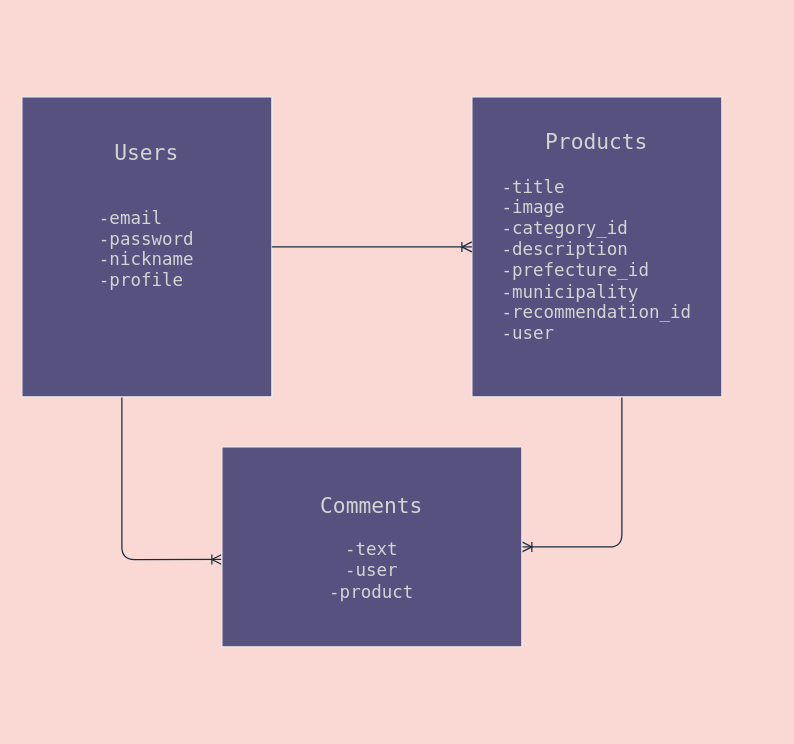
The draw.io diagram o_test.dio in mo0777lucky/original-app, before the edit. Source tidied: cells renumbered, new cells numbered last; positions are measured from the earlier drawing's top-left corner, leaving out a move shared by most shapes. Both pictures are drawn from the tidied source at 125%, with x=0, y=0 at pixel (21, 96).
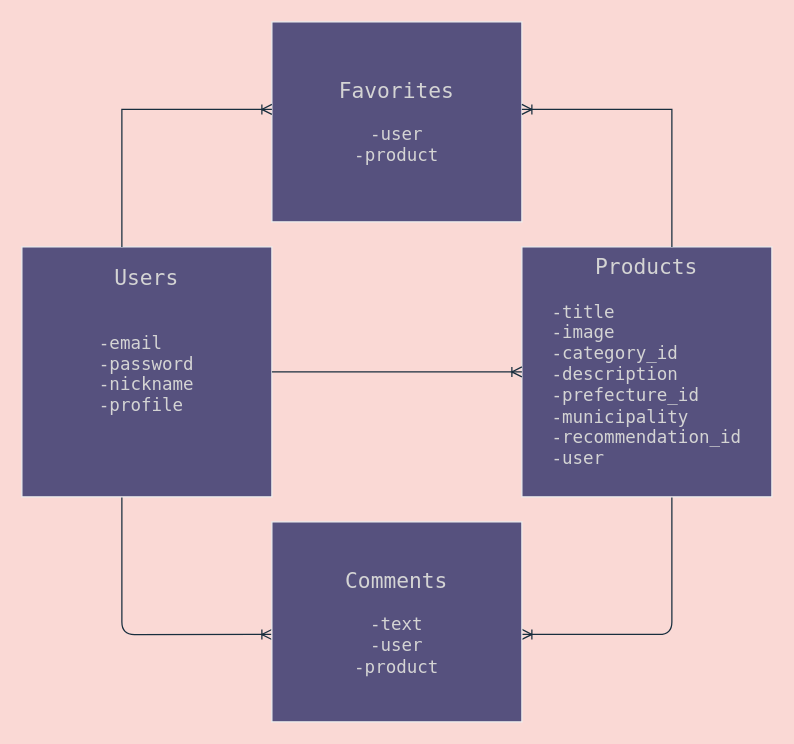
The same page after the edit.

Commit message (it also covers changes not shown here):
ER図追加　あとはページ遷移関係だけ

What changed in the source:
```diff
@@
-    <mxCell id="2" style="edgeStyle=orthogonalEdgeStyle;curved=0;rounded=1;sketch=0;jettySize=auto;html=1;strokeColor=#182E3E;endArrow=ERoneToMany;endFill=0;" parent="1" edge="1" source="3" target="11">
+    <mxCell id="2" style="edgeStyle=orthogonalEdgeStyle;curved=0;rounded=1;sketch=0;jettySize=auto;html=1;strokeColor=#182E3E;endArrow=ERoneToMany;endFill=0;labelBackgroundColor=#FAD9D5;" parent="1" edge="1" source="3" target="11">
       <mxGeometry relative="1" as="geometry">
         <Array as="points">
-          <mxPoint x="480" y="360" />
+          <mxPoint x="520" y="430" />
         </Array>
       </mxGeometry>
     </mxCell>
     <mxCell id="3" style="shape=table;html=1;whiteSpace=wrap;startSize=0;childLayout=tableLayout;fillColor=#56517E;strokeColor=#EEEEEE;fontColor=#FFFFFF;" parent="1" vertex="1">
-      <mxGeometry x="360" width="200" height="240" as="geometry" />
+      <mxGeometry x="400" y="120" width="200" height="200" as="geometry" />
     </mxCell>
     <mxCell id="4" style="shape=partialRectangle;html=1;whiteSpace=wrap;fillColor=none;top=0;left=0;bottom=0;right=0;points=[[0,0.5],[1,0.5]];portConstraint=eastwest;strokeColor=#EEEEEE;fontColor=#FFFFFF;" parent="3" vertex="1">
-      <mxGeometry width="200" height="240" as="geometry" />
+      <mxGeometry width="200" height="200" as="geometry" />
     </mxCell>
     <mxCell id="5" value="&lt;div style=&quot;color: rgb(212 , 212 , 212) ; font-family: &amp;#34;menlo&amp;#34; , &amp;#34;monaco&amp;#34; , &amp;#34;courier new&amp;#34; , monospace ; font-style: normal ; font-weight: 400 ; letter-spacing: normal ; text-align: center ; text-indent: 0px ; text-transform: none ; word-spacing: 0px&quot;&gt;&lt;font style=&quot;font-size: 17px&quot;&gt;Products&lt;/font&gt;&lt;/div&gt;&lt;div style=&quot;color: rgb(212 , 212 , 212) ; font-family: &amp;#34;menlo&amp;#34; , &amp;#34;monaco&amp;#34; , &amp;#34;courier new&amp;#34; , monospace ; font-style: normal ; font-weight: 400 ; letter-spacing: normal ; text-align: center ; text-indent: 0px ; text-transform: none ; word-spacing: 0px ; font-size: 14px&quot;&gt;&lt;font style=&quot;font-size: 14px&quot;&gt;&lt;br&gt;&lt;/font&gt;&lt;/div&gt;&lt;div style=&quot;text-align: left ; color: rgb(212 , 212 , 212) ; font-family: &amp;#34;menlo&amp;#34; , &amp;#34;monaco&amp;#34; , &amp;#34;courier new&amp;#34; , monospace ; font-style: normal ; font-weight: 400 ; letter-spacing: normal ; text-indent: 0px ; text-transform: none ; word-spacing: 0px ; font-size: 14px&quot;&gt;&lt;font style=&quot;font-size: 14px&quot;&gt;-title&lt;/font&gt;&lt;/div&gt;&lt;div style=&quot;text-align: left ; color: rgb(212 , 212 , 212) ; font-family: &amp;#34;menlo&amp;#34; , &amp;#34;monaco&amp;#34; , &amp;#34;courier new&amp;#34; , monospace ; font-style: normal ; font-weight: 400 ; letter-spacing: normal ; text-indent: 0px ; text-transform: none ; word-spacing: 0px ; font-size: 14px&quot;&gt;&lt;font style=&quot;font-size: 14px&quot;&gt;-image&lt;/font&gt;&lt;/div&gt;&lt;div style=&quot;text-align: left ; color: rgb(212 , 212 , 212) ; font-family: &amp;#34;menlo&amp;#34; , &amp;#34;monaco&amp;#34; , &amp;#34;courier new&amp;#34; , monospace ; font-style: normal ; font-weight: 400 ; letter-spacing: normal ; text-indent: 0px ; text-transform: none ; word-spacing: 0px ; font-size: 14px&quot;&gt;&lt;font style=&quot;font-size: 14px&quot;&gt;-category_id&lt;/font&gt;&lt;/div&gt;&lt;div style=&quot;text-align: left ; color: rgb(212 , 212 , 212) ; font-family: &amp;#34;menlo&amp;#34; , &amp;#34;monaco&amp;#34; , &amp;#34;courier new&amp;#34; , monospace ; font-style: normal ; font-weight: 400 ; letter-spacing: normal ; text-indent: 0px ; text-transform: none ; word-spacing: 0px ; font-size: 14px&quot;&gt;&lt;font style=&quot;font-size: 14px&quot;&gt;-description&lt;/font&gt;&lt;/div&gt;&lt;div style=&quot;text-align: left ; color: rgb(212 , 212 , 212) ; font-family: &amp;#34;menlo&amp;#34; , &amp;#34;monaco&amp;#34; , &amp;#34;courier new&amp;#34; , monospace ; font-style: normal ; font-weight: 400 ; letter-spacing: normal ; text-indent: 0px ; text-transform: none ; word-spacing: 0px ; font-size: 14px&quot;&gt;&lt;font style=&quot;font-size: 14px&quot;&gt;-prefecture_id&lt;/font&gt;&lt;/div&gt;&lt;div style=&quot;text-align: left ; color: rgb(212 , 212 , 212) ; font-family: &amp;#34;menlo&amp;#34; , &amp;#34;monaco&amp;#34; , &amp;#34;courier new&amp;#34; , monospace ; font-style: normal ; font-weight: 400 ; letter-spacing: normal ; text-indent: 0px ; text-transform: none ; word-spacing: 0px ; font-size: 14px&quot;&gt;&lt;font style=&quot;font-size: 14px&quot;&gt;-municipality&lt;/font&gt;&lt;/div&gt;&lt;div style=&quot;text-align: left ; color: rgb(212 , 212 , 212) ; font-family: &amp;#34;menlo&amp;#34; , &amp;#34;monaco&amp;#34; , &amp;#34;courier new&amp;#34; , monospace ; font-style: normal ; font-weight: 400 ; letter-spacing: normal ; text-indent: 0px ; text-transform: none ; word-spacing: 0px ; font-size: 14px&quot;&gt;-recommendation_id&lt;/div&gt;&lt;div style=&quot;text-align: left ; color: rgb(212 , 212 , 212) ; font-family: &amp;#34;menlo&amp;#34; , &amp;#34;monaco&amp;#34; , &amp;#34;courier new&amp;#34; , monospace ; font-style: normal ; font-weight: 400 ; letter-spacing: normal ; text-indent: 0px ; text-transform: none ; word-spacing: 0px ; font-size: 14px&quot;&gt;&lt;font style=&quot;font-size: 14px&quot;&gt;-user&lt;/font&gt;&lt;/div&gt;&lt;div style=&quot;text-align: left ; color: rgb(212 , 212 , 212) ; font-family: &amp;#34;menlo&amp;#34; , &amp;#34;monaco&amp;#34; , &amp;#34;courier new&amp;#34; , monospace ; font-style: normal ; font-weight: 400 ; letter-spacing: normal ; text-indent: 0px ; text-transform: none ; word-spacing: 0px ; font-size: 14px&quot;&gt;&lt;font style=&quot;font-size: 14px&quot;&gt;&lt;br&gt;&lt;/font&gt;&lt;/div&gt;" style="shape=partialRectangle;html=1;whiteSpace=wrap;overflow=hidden;fillColor=none;top=0;left=0;bottom=0;right=0;strokeColor=#EEEEEE;fontColor=#FFFFFF;" parent="4" vertex="1">
-      <mxGeometry width="200" height="240" as="geometry" />
+      <mxGeometry width="200" height="200" as="geometry" />
     </mxCell>
-    <mxCell id="6" style="edgeStyle=orthogonalEdgeStyle;curved=0;rounded=1;sketch=0;jettySize=auto;html=1;entryX=0;entryY=0.563;entryDx=0;entryDy=0;entryPerimeter=0;strokeColor=#182E3E;endArrow=ERoneToMany;endFill=0;" parent="1" edge="1" source="7" target="11">
+    <mxCell id="6" style="edgeStyle=orthogonalEdgeStyle;curved=0;rounded=1;sketch=0;jettySize=auto;html=1;entryX=0;entryY=0.563;entryDx=0;entryDy=0;entryPerimeter=0;strokeColor=#182E3E;endArrow=ERoneToMany;endFill=0;labelBackgroundColor=#FAD9D5;" parent="1" edge="1" source="7" target="11">
       <mxGeometry relative="1" as="geometry">
         <Array as="points">
-          <mxPoint x="80" y="370" />
+          <mxPoint x="80" y="430" />
         </Array>
       </mxGeometry>
     </mxCell>
     <mxCell id="7" style="shape=table;html=1;whiteSpace=wrap;startSize=0;childLayout=tableLayout;fillColor=#56517E;strokeColor=#EEEEEE;fontColor=#FFFFFF;" parent="1" vertex="1">
-      <mxGeometry width="200" height="240" as="geometry" />
+      <mxGeometry y="120" width="200" height="200" as="geometry" />
     </mxCell>
     <mxCell id="8" style="shape=partialRectangle;html=1;whiteSpace=wrap;fillColor=none;top=0;left=0;bottom=0;right=0;points=[[0,0.5],[1,0.5]];portConstraint=eastwest;strokeColor=#EEEEEE;fontColor=#FFFFFF;" parent="7" vertex="1">
-      <mxGeometry width="200" height="240" as="geometry" />
+      <mxGeometry width="200" height="200" as="geometry" />
     </mxCell>
     <mxCell id="9" value="&lt;div style=&quot;color: rgb(212 , 212 , 212) ; font-family: &amp;#34;menlo&amp;#34; , &amp;#34;monaco&amp;#34; , &amp;#34;courier new&amp;#34; , monospace ; font-style: normal ; font-weight: 400 ; letter-spacing: normal ; text-align: center ; text-indent: 0px ; text-transform: none ; word-spacing: 0px&quot;&gt;&lt;span style=&quot;color: rgb(212 , 212 , 212)&quot;&gt;&lt;font style=&quot;font-size: 17px&quot;&gt;Users&lt;/font&gt;&lt;/span&gt;&lt;/div&gt;&lt;div style=&quot;color: rgb(212 , 212 , 212) ; font-family: &amp;#34;menlo&amp;#34; , &amp;#34;monaco&amp;#34; , &amp;#34;courier new&amp;#34; , monospace ; font-style: normal ; font-weight: 400 ; letter-spacing: normal ; text-align: center ; text-indent: 0px ; text-transform: none ; word-spacing: 0px ; font-size: 14px&quot;&gt;&lt;br&gt;&lt;/div&gt;&lt;div style=&quot;color: rgb(212 , 212 , 212) ; font-family: &amp;#34;menlo&amp;#34; , &amp;#34;monaco&amp;#34; , &amp;#34;courier new&amp;#34; , monospace ; font-style: normal ; font-weight: 400 ; letter-spacing: normal ; text-align: center ; text-indent: 0px ; text-transform: none ; word-spacing: 0px ; font-size: 14px&quot;&gt;&lt;br&gt;&lt;/div&gt;&lt;div style=&quot;text-align: left ; color: rgb(212 , 212 , 212) ; font-family: &amp;#34;menlo&amp;#34; , &amp;#34;monaco&amp;#34; , &amp;#34;courier new&amp;#34; , monospace ; font-style: normal ; font-weight: 400 ; letter-spacing: normal ; text-indent: 0px ; text-transform: none ; word-spacing: 0px ; font-size: 14px&quot;&gt;&lt;span style=&quot;color: rgb(212 , 212 , 212)&quot;&gt;&lt;font style=&quot;font-size: 14px&quot;&gt;-email&lt;/font&gt;&lt;/span&gt;&lt;/div&gt;&lt;div style=&quot;text-align: left ; color: rgb(212 , 212 , 212) ; font-family: &amp;#34;menlo&amp;#34; , &amp;#34;monaco&amp;#34; , &amp;#34;courier new&amp;#34; , monospace ; font-style: normal ; font-weight: 400 ; letter-spacing: normal ; text-indent: 0px ; text-transform: none ; word-spacing: 0px ; font-size: 14px&quot;&gt;&lt;font style=&quot;font-size: 14px&quot;&gt;-password&lt;/font&gt;&lt;/div&gt;&lt;div style=&quot;text-align: left ; color: rgb(212 , 212 , 212) ; font-family: &amp;#34;menlo&amp;#34; , &amp;#34;monaco&amp;#34; , &amp;#34;courier new&amp;#34; , monospace ; font-style: normal ; font-weight: 400 ; letter-spacing: normal ; text-indent: 0px ; text-transform: none ; word-spacing: 0px ; font-size: 14px&quot;&gt;&lt;font style=&quot;font-size: 14px&quot;&gt;-nickname&lt;/font&gt;&lt;/div&gt;&lt;div style=&quot;text-align: left ; color: rgb(212 , 212 , 212) ; font-family: &amp;#34;menlo&amp;#34; , &amp;#34;monaco&amp;#34; , &amp;#34;courier new&amp;#34; , monospace ; font-style: normal ; font-weight: 400 ; letter-spacing: normal ; text-indent: 0px ; text-transform: none ; word-spacing: 0px ; font-size: 14px&quot;&gt;&lt;font style=&quot;font-size: 14px&quot;&gt;-profile&lt;/font&gt;&lt;/div&gt;&lt;div style=&quot;text-align: left ; color: rgb(212 , 212 , 212) ; font-family: &amp;#34;menlo&amp;#34; , &amp;#34;monaco&amp;#34; , &amp;#34;courier new&amp;#34; , monospace ; font-style: normal ; font-weight: 400 ; letter-spacing: normal ; text-indent: 0px ; text-transform: none ; word-spacing: 0px ; font-size: 14px&quot;&gt;&lt;font style=&quot;font-size: 14px&quot;&gt;&lt;br&gt;&lt;/font&gt;&lt;/div&gt;&lt;div style=&quot;text-align: left ; color: rgb(212 , 212 , 212) ; font-family: &amp;#34;menlo&amp;#34; , &amp;#34;monaco&amp;#34; , &amp;#34;courier new&amp;#34; , monospace ; font-style: normal ; font-weight: 400 ; letter-spacing: normal ; text-indent: 0px ; text-transform: none ; word-spacing: 0px ; font-size: 14px&quot;&gt;&lt;font style=&quot;font-size: 14px&quot;&gt;&lt;br&gt;&lt;/font&gt;&lt;/div&gt;&lt;div style=&quot;text-align: left ; color: rgb(212 , 212 , 212) ; font-family: &amp;#34;menlo&amp;#34; , &amp;#34;monaco&amp;#34; , &amp;#34;courier new&amp;#34; , monospace ; font-style: normal ; font-weight: 400 ; letter-spacing: normal ; text-indent: 0px ; text-transform: none ; word-spacing: 0px ; font-size: 14px&quot;&gt;&lt;font style=&quot;font-size: 14px&quot;&gt;&lt;br&gt;&lt;/font&gt;&lt;/div&gt;" style="shape=partialRectangle;html=1;whiteSpace=wrap;overflow=hidden;fillColor=none;top=0;left=0;bottom=0;right=0;strokeColor=#EEEEEE;fontColor=#FFFFFF;" parent="8" vertex="1">
-      <mxGeometry width="200" height="240" as="geometry" />
+      <mxGeometry width="200" height="200" as="geometry" />
     </mxCell>
     <mxCell id="10" style="shape=table;html=1;whiteSpace=wrap;startSize=0;childLayout=tableLayout;fillColor=#56517E;strokeColor=#EEEEEE;fontColor=#FFFFFF;" parent="1" vertex="1">
-      <mxGeometry x="160" y="280" width="240" height="160" as="geometry" />
+      <mxGeometry x="200" y="340" width="200" height="160" as="geometry" />
     </mxCell>
     <mxCell id="11" style="shape=partialRectangle;html=1;whiteSpace=wrap;fillColor=none;top=0;left=0;bottom=0;right=0;points=[[0,0.5],[1,0.5]];portConstraint=eastwest;strokeColor=#EEEEEE;fontColor=#FFFFFF;" parent="10" vertex="1">
-      <mxGeometry width="240" height="160" as="geometry" />
+      <mxGeometry width="200" height="160" as="geometry" />
     </mxCell>
     <mxCell id="12" value="&lt;div style=&quot;color: rgb(212 , 212 , 212) ; font-family: &amp;#34;menlo&amp;#34; , &amp;#34;monaco&amp;#34; , &amp;#34;courier new&amp;#34; , monospace ; font-style: normal ; font-weight: 400 ; letter-spacing: normal ; text-align: center ; text-indent: 0px ; text-transform: none ; word-spacing: 0px&quot;&gt;&lt;span style=&quot;color: rgb(212 , 212 , 212)&quot;&gt;&lt;font style=&quot;font-size: 17px&quot;&gt;Comments&lt;/font&gt;&lt;/span&gt;&lt;/div&gt;&lt;div style=&quot;color: rgb(212 , 212 , 212) ; font-family: &amp;#34;menlo&amp;#34; , &amp;#34;monaco&amp;#34; , &amp;#34;courier new&amp;#34; , monospace ; font-style: normal ; font-weight: 400 ; letter-spacing: normal ; text-align: center ; text-indent: 0px ; text-transform: none ; word-spacing: 0px ; font-size: 14px&quot;&gt;&lt;span style=&quot;color: rgb(212 , 212 , 212)&quot;&gt;&lt;font style=&quot;font-size: 14px&quot;&gt;&lt;br&gt;&lt;/font&gt;&lt;/span&gt;&lt;/div&gt;&lt;div style=&quot;color: rgb(212 , 212 , 212) ; font-family: &amp;#34;menlo&amp;#34; , &amp;#34;monaco&amp;#34; , &amp;#34;courier new&amp;#34; , monospace ; font-style: normal ; font-weight: 400 ; letter-spacing: normal ; text-align: center ; text-indent: 0px ; text-transform: none ; word-spacing: 0px ; font-size: 14px&quot;&gt;&lt;span style=&quot;color: rgb(212 , 212 , 212)&quot;&gt;&lt;font style=&quot;font-size: 14px&quot;&gt;-text&lt;/font&gt;&lt;/span&gt;&lt;/div&gt;&lt;div style=&quot;color: rgb(212 , 212 , 212) ; font-family: &amp;#34;menlo&amp;#34; , &amp;#34;monaco&amp;#34; , &amp;#34;courier new&amp;#34; , monospace ; font-style: normal ; font-weight: 400 ; letter-spacing: normal ; text-align: center ; text-indent: 0px ; text-transform: none ; word-spacing: 0px ; font-size: 14px&quot;&gt;&lt;font style=&quot;font-size: 14px&quot;&gt;-user&lt;/font&gt;&lt;/div&gt;&lt;div style=&quot;color: rgb(212 , 212 , 212) ; font-family: &amp;#34;menlo&amp;#34; , &amp;#34;monaco&amp;#34; , &amp;#34;courier new&amp;#34; , monospace ; font-style: normal ; font-weight: 400 ; letter-spacing: normal ; text-align: center ; text-indent: 0px ; text-transform: none ; word-spacing: 0px ; font-size: 14px&quot;&gt;&lt;span&gt;-product&lt;/span&gt;&lt;/div&gt;" style="shape=partialRectangle;html=1;whiteSpace=wrap;overflow=hidden;fillColor=none;top=0;left=0;bottom=0;right=0;strokeColor=#EEEEEE;fontColor=#FFFFFF;" parent="11" vertex="1">
-      <mxGeometry width="240" height="160" as="geometry" />
+      <mxGeometry width="200" height="160" as="geometry" />
     </mxCell>
-    <mxCell id="13" style="edgeStyle=orthogonalEdgeStyle;curved=0;rounded=1;sketch=0;jettySize=auto;html=1;strokeColor=#182E3E;endArrow=ERoneToMany;endFill=0;" parent="1" edge="1" source="8" target="4">
+    <mxCell id="13" style="edgeStyle=orthogonalEdgeStyle;curved=0;rounded=1;sketch=0;jettySize=auto;html=1;strokeColor=#182E3E;endArrow=ERoneToMany;endFill=0;labelBackgroundColor=#FAD9D5;" parent="1" edge="1" source="8" target="4">
       <mxGeometry relative="1" as="geometry" />
     </mxCell>
+    <mxCell id="14" style="shape=table;html=1;whiteSpace=wrap;startSize=0;childLayout=tableLayout;fillColor=#56517E;strokeColor=#EEEEEE;fontColor=#FFFFFF;" parent="1" vertex="1">
+      <mxGeometry x="200" y="-60" width="200" height="160" as="geometry" />
+    </mxCell>
+    <mxCell id="15" style="shape=partialRectangle;html=1;whiteSpace=wrap;fillColor=none;top=0;left=0;bottom=0;right=0;points=[[0,0.5],[1,0.5]];portConstraint=eastwest;strokeColor=#EEEEEE;fontColor=#FFFFFF;" parent="14" vertex="1">
+      <mxGeometry width="200" height="160" as="geometry" />
+    </mxCell>
+    <mxCell id="16" value="&lt;div style=&quot;color: rgb(212 , 212 , 212) ; font-family: &amp;#34;menlo&amp;#34; , &amp;#34;monaco&amp;#34; , &amp;#34;courier new&amp;#34; , monospace ; font-style: normal ; font-weight: 400 ; letter-spacing: normal ; text-align: center ; text-indent: 0px ; text-transform: none ; word-spacing: 0px&quot;&gt;&lt;span style=&quot;color: rgb(212 , 212 , 212)&quot;&gt;&lt;font style=&quot;font-size: 17px&quot;&gt;Favorites&lt;/font&gt;&lt;/span&gt;&lt;/div&gt;&lt;div style=&quot;color: rgb(212 , 212 , 212) ; font-family: &amp;#34;menlo&amp;#34; , &amp;#34;monaco&amp;#34; , &amp;#34;courier new&amp;#34; , monospace ; font-style: normal ; font-weight: 400 ; letter-spacing: normal ; text-align: center ; text-indent: 0px ; text-transform: none ; word-spacing: 0px ; font-size: 14px&quot;&gt;&lt;br&gt;&lt;/div&gt;&lt;div style=&quot;color: rgb(212 , 212 , 212) ; font-family: &amp;#34;menlo&amp;#34; , &amp;#34;monaco&amp;#34; , &amp;#34;courier new&amp;#34; , monospace ; font-style: normal ; font-weight: 400 ; letter-spacing: normal ; text-align: center ; text-indent: 0px ; text-transform: none ; word-spacing: 0px ; font-size: 14px&quot;&gt;&lt;font style=&quot;font-size: 14px&quot;&gt;-user&lt;/font&gt;&lt;/div&gt;&lt;div style=&quot;color: rgb(212 , 212 , 212) ; font-family: &amp;#34;menlo&amp;#34; , &amp;#34;monaco&amp;#34; , &amp;#34;courier new&amp;#34; , monospace ; font-style: normal ; font-weight: 400 ; letter-spacing: normal ; text-align: center ; text-indent: 0px ; text-transform: none ; word-spacing: 0px ; font-size: 14px&quot;&gt;&lt;span&gt;-product&lt;/span&gt;&lt;/div&gt;" style="shape=partialRectangle;html=1;whiteSpace=wrap;overflow=hidden;fillColor=none;top=0;left=0;bottom=0;right=0;strokeColor=#EEEEEE;fontColor=#FFFFFF;" parent="15" vertex="1">
+      <mxGeometry width="200" height="160" as="geometry" />
+    </mxCell>
+    <mxCell id="17" style="edgeStyle=orthogonalEdgeStyle;rounded=0;jettySize=auto;html=1;strokeColor=#182E3E;labelBackgroundColor=#FAD9D5;endArrow=ERoneToMany;endFill=0;" parent="1" edge="1" target="15">
+      <mxGeometry relative="1" as="geometry">
+        <mxPoint x="520" y="120" as="sourcePoint" />
+        <Array as="points">
+          <mxPoint x="520" y="10" />
+        </Array>
+      </mxGeometry>
+    </mxCell>
+    <mxCell id="18" style="edgeStyle=orthogonalEdgeStyle;rounded=0;jettySize=auto;html=1;strokeColor=#182E3E;labelBackgroundColor=#FAD9D5;endArrow=ERoneToMany;endFill=0;exitX=0.4;exitY=0;exitDx=0;exitDy=0;exitPerimeter=0;" parent="1" edge="1" source="8" target="15">
+      <mxGeometry relative="1" as="geometry">
+        <Array as="points">
+          <mxPoint x="80" y="10" />
+        </Array>
+      </mxGeometry>
+    </mxCell>
```
